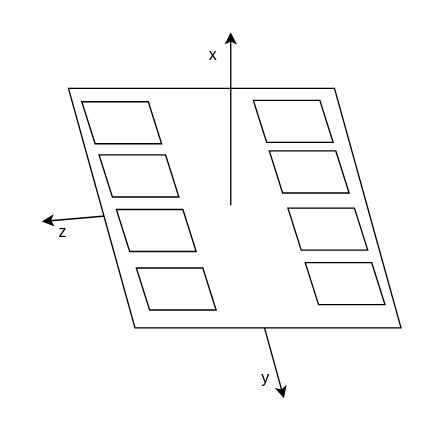
Mikkelnn/ESD7-Project keeps this draw.io diagram as figures/introduction/CoordinateSystem.drawio. Above is the earlier version. Source tidied: cells renumbered, new cells numbered last; positions are measured from the earlier drawing's top-left corner, leaving out a move shared by most shapes. Both pictures are drawn from the tidied source at 133%, with x=0, y=0 at pixel (23, 32).
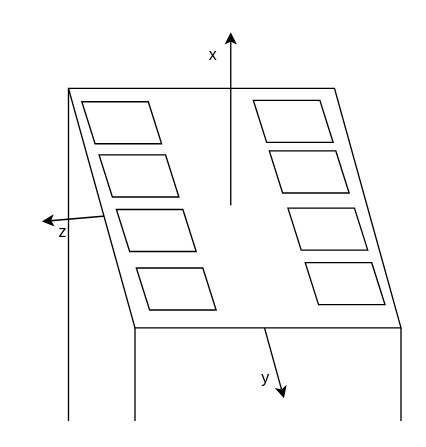
Above is the later version.

What changed in the source:
```diff
@@
+    <mxCell id="17" style="endArrow=none;html=1;rounded=0;" parent="1" edge="1">
+      <mxGeometry relative="1" as="geometry">
+        <mxPoint x="84" y="292" as="sourcePoint" />
+        <mxPoint x="84" y="222" as="targetPoint" />
+      </mxGeometry>
+    </mxCell>
+    <mxCell id="18" style="endArrow=none;html=1;rounded=0;" parent="1" edge="1">
+      <mxGeometry relative="1" as="geometry">
+        <mxPoint x="284" y="292" as="sourcePoint" />
+        <mxPoint x="284" y="222" as="targetPoint" />
+      </mxGeometry>
+    </mxCell>
+    <mxCell id="19" style="endArrow=none;html=1;rounded=0;" parent="1" edge="1">
+      <mxGeometry relative="1" as="geometry">
+        <mxPoint x="34" y="42" as="sourcePoint" />
+        <mxPoint x="34" y="292" as="targetPoint" />
+      </mxGeometry>
+    </mxCell>
```
